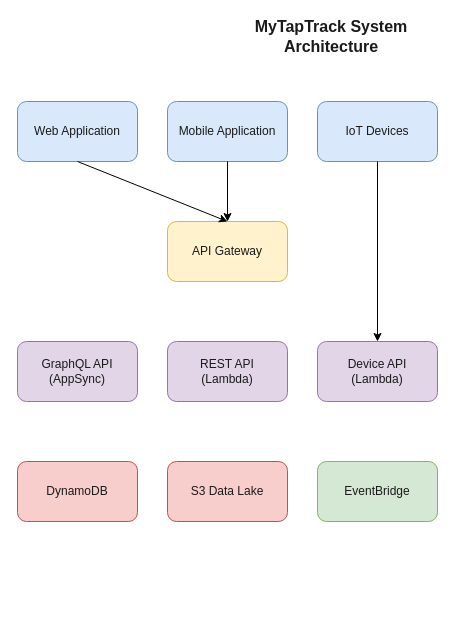
Above: docs/Architecture/diagrams/system-overview.drawio in mytaptrack/back-end (draw.io), before the change. Source tidied: cells renumbered, new cells numbered last; positions are measured from the earlier drawing's top-left corner, leaving out a move shared by most shapes. Both pictures are drawn from the tidied source at 100%, with x=0, y=0 at pixel (17, 21).
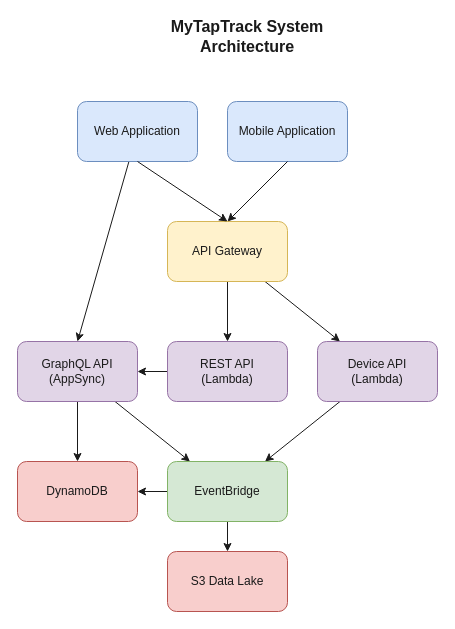
The same diagram, later.

The change refers to these unchanged cells:
```xml
<mxCell id="6" value="API Gateway" style="rounded=1;whiteSpace=wrap;html=1;fillColor=#fff2cc;strokeColor=#d6b656;fontColor=#1A1A1A;" parent="1" vertex="1">
  <mxGeometry x="150" y="200" width="120" height="60" as="geometry" />
</mxCell>
<mxCell id="7" value="GraphQL API&#10;(AppSync)" style="rounded=1;whiteSpace=wrap;html=1;fillColor=#e1d5e7;strokeColor=#9673a6;fontColor=#1A1A1A;" parent="1" vertex="1">
  <mxGeometry y="320" width="120" height="60" as="geometry" />
</mxCell>
<mxCell id="8" value="REST API&#10;(Lambda)" style="rounded=1;whiteSpace=wrap;html=1;fillColor=#e1d5e7;strokeColor=#9673a6;fontColor=#1A1A1A;" parent="1" vertex="1">
  <mxGeometry x="150" y="320" width="120" height="60" as="geometry" />
</mxCell>
<mxCell id="9" value="Device API&#10;(Lambda)" style="rounded=1;whiteSpace=wrap;html=1;fillColor=#e1d5e7;strokeColor=#9673a6;fontColor=#1A1A1A;" parent="1" vertex="1">
  <mxGeometry x="300" y="320" width="120" height="60" as="geometry" />
</mxCell>
<mxCell id="10" value="DynamoDB" style="rounded=1;whiteSpace=wrap;html=1;fillColor=#f8cecc;strokeColor=#b85450;fontColor=#1A1A1A;" parent="1" vertex="1">
  <mxGeometry y="440" width="120" height="60" as="geometry" />
</mxCell>
```

Diff of the diagram source:
```diff
@@
-<mxGraphModel>
+<mxGraphModel background="#ffffff">
@@
     <mxCell id="2" value="MyTapTrack System Architecture" style="text;html=1;strokeColor=none;fillColor=none;align=center;verticalAlign=middle;whiteSpace=wrap;rounded=0;fontSize=16;fontStyle=1;fontColor=#1A1A1A;" parent="1" vertex="1">
-      <mxGeometry x="214" width="200" height="30" as="geometry" />
+      <mxGeometry x="130" width="200" height="30" as="geometry" />
     </mxCell>
+    <mxCell id="15" style="edgeStyle=none;html=1;entryX=0.5;entryY=0;entryDx=0;entryDy=0;strokeColor=#1A1A1A;" parent="1" edge="1" source="3" target="7">
+      <mxGeometry relative="1" as="geometry" />
+    </mxCell>
     <mxCell id="3" value="Web Application" style="rounded=1;whiteSpace=wrap;html=1;fillColor=#dae8fc;strokeColor=#6c8ebf;fontColor=#1A1A1A;" parent="1" vertex="1">
-      <mxGeometry y="80" width="120" height="60" as="geometry" />
+      <mxGeometry x="60" y="80" width="120" height="60" as="geometry" />
     </mxCell>
     <mxCell id="4" value="Mobile Application" style="rounded=1;whiteSpace=wrap;html=1;fillColor=#dae8fc;strokeColor=#6c8ebf;fontColor=#1A1A1A;" parent="1" vertex="1">
-      <mxGeometry x="150" y="80" width="120" height="60" as="geometry" />
+      <mxGeometry x="210" y="80" width="120" height="60" as="geometry" />
     </mxCell>
-    <mxCell id="5" value="IoT Devices" style="rounded=1;whiteSpace=wrap;html=1;fillColor=#dae8fc;strokeColor=#6c8ebf;fontColor=#1A1A1A;" parent="1" vertex="1">
-      <mxGeometry x="300" y="80" width="120" height="60" as="geometry" />
-    </mxCell>
+    <mxCell id="16" style="edgeStyle=none;html=1;strokeColor=#1A1A1A;" parent="1" edge="1" source="6" target="8">
+      <mxGeometry relative="1" as="geometry" />
+    </mxCell>
+    <mxCell id="17" style="edgeStyle=none;html=1;strokeColor=#1A1A1A;" parent="1" edge="1" source="6" target="9">
+      <mxGeometry relative="1" as="geometry" />
+    </mxCell>
@@
+    <mxCell id="18" style="edgeStyle=none;html=1;strokeColor=#1A1A1A;" parent="1" edge="1" source="7" target="10">
+      <mxGeometry relative="1" as="geometry" />
+    </mxCell>
+    <mxCell id="19" style="edgeStyle=none;html=1;strokeColor=#1A1A1A;" parent="1" edge="1" source="7" target="12">
+      <mxGeometry relative="1" as="geometry" />
+    </mxCell>
@@
+    <mxCell id="20" style="edgeStyle=none;html=1;strokeColor=#1A1A1A;" parent="1" edge="1" source="8" target="7">
+      <mxGeometry relative="1" as="geometry" />
+    </mxCell>
@@
+    <mxCell id="21" style="edgeStyle=none;html=1;strokeColor=#1A1A1A;" parent="1" edge="1" source="9" target="12">
+      <mxGeometry relative="1" as="geometry" />
+    </mxCell>
@@
     <mxCell id="11" value="S3 Data Lake" style="rounded=1;whiteSpace=wrap;html=1;fillColor=#f8cecc;strokeColor=#b85450;fontColor=#1A1A1A;" parent="1" vertex="1">
-      <mxGeometry x="150" y="440" width="120" height="60" as="geometry" />
+      <mxGeometry x="150" y="530" width="120" height="60" as="geometry" />
     </mxCell>
+    <mxCell id="22" style="edgeStyle=none;html=1;strokeColor=#1A1A1A;" parent="1" edge="1" source="12" target="10">
+      <mxGeometry relative="1" as="geometry" />
+    </mxCell>
+    <mxCell id="23" style="edgeStyle=none;html=1;strokeColor=#1A1A1A;" parent="1" edge="1" source="12" target="11">
+      <mxGeometry relative="1" as="geometry" />
+    </mxCell>
     <mxCell id="12" value="EventBridge" style="rounded=1;whiteSpace=wrap;html=1;fillColor=#d5e8d4;strokeColor=#82b366;fontColor=#1A1A1A;" parent="1" vertex="1">
-      <mxGeometry x="300" y="440" width="120" height="60" as="geometry" />
+      <mxGeometry x="150" y="440" width="120" height="60" as="geometry" />
     </mxCell>
-    <mxCell id="13" style="endArrow=classic;html=1;rounded=0;exitX=0.5;exitY=1;exitDx=0;exitDy=0;entryX=0.5;entryY=0;entryDx=0;entryDy=0;fontColor=#1A1A1A;" parent="1" edge="1" source="3" target="6">
+    <mxCell id="13" style="endArrow=classic;html=1;rounded=0;exitX=0.5;exitY=1;exitDx=0;exitDy=0;entryX=0.5;entryY=0;entryDx=0;entryDy=0;fontColor=#1A1A1A;strokeColor=#1A1A1A;" parent="1" edge="1" source="3" target="6">
       <mxGeometry relative="1" as="geometry" />
     </mxCell>
-    <mxCell id="14" style="endArrow=classic;html=1;rounded=0;exitX=0.5;exitY=1;exitDx=0;exitDy=0;entryX=0.5;entryY=0;entryDx=0;entryDy=0;fontColor=#1A1A1A;" parent="1" edge="1" source="4" target="6">
+    <mxCell id="14" style="endArrow=classic;html=1;rounded=0;exitX=0.5;exitY=1;exitDx=0;exitDy=0;entryX=0.5;entryY=0;entryDx=0;entryDy=0;fontColor=#1A1A1A;strokeColor=#1A1A1A;" parent="1" edge="1" source="4" target="6">
       <mxGeometry relative="1" as="geometry" />
     </mxCell>
-    <mxCell id="15" style="endArrow=classic;html=1;rounded=0;exitX=0.5;exitY=1;exitDx=0;exitDy=0;entryX=0.5;entryY=0;entryDx=0;entryDy=0;fontColor=#1A1A1A;" parent="1" edge="1" source="5" target="9">
-      <mxGeometry relative="1" as="geometry" />
-    </mxCell>
```
